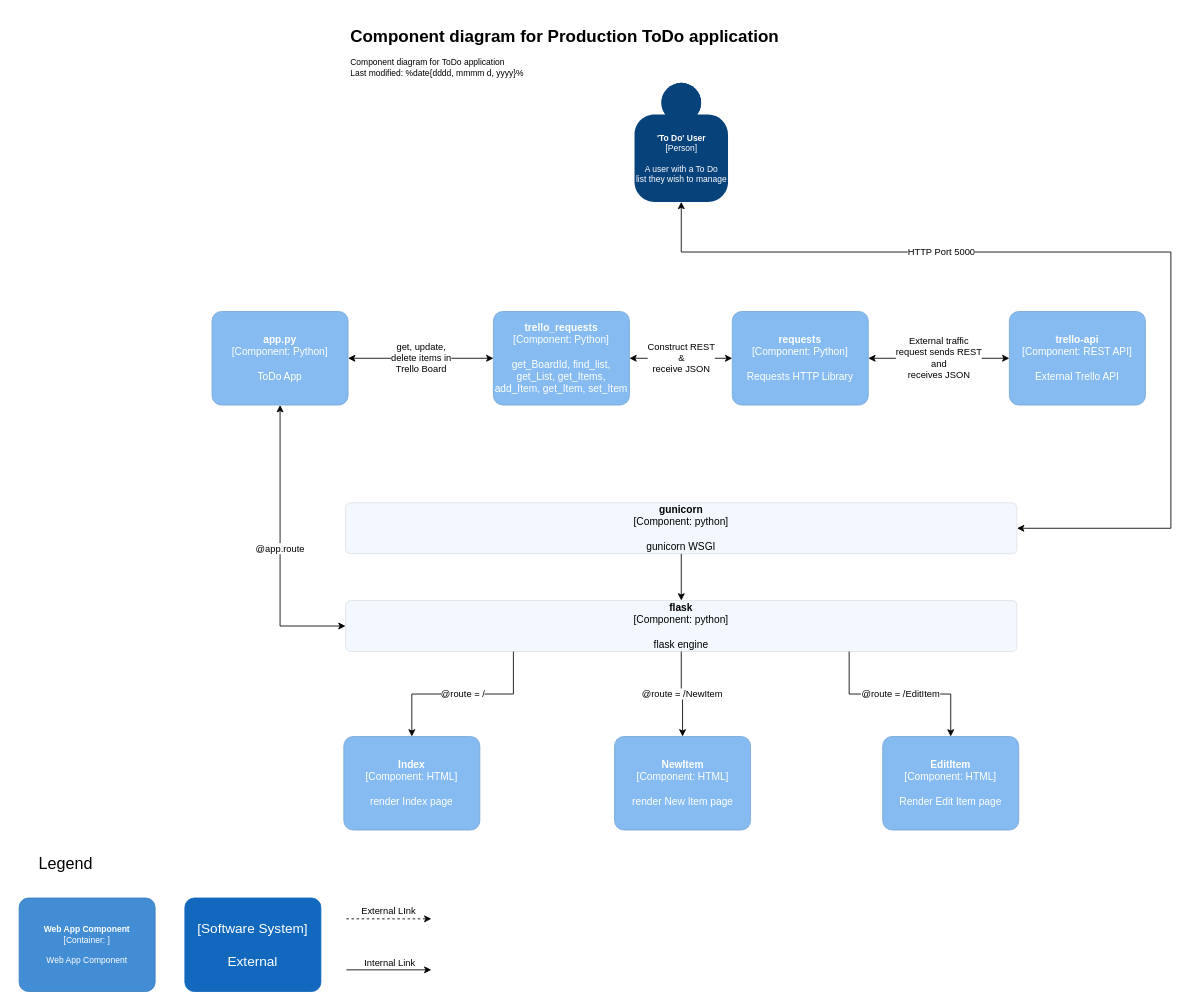
Before: documentation/component.drawio in StephenSo/DevOps-Course-Starter, a draw.io diagram. Source tidied: cells renumbered, new cells numbered last; positions are measured from the earlier drawing's top-left corner, leaving out a move shared by most shapes. Both pictures are drawn from the tidied source at 85%, with x=0, y=0 at pixel (14, 23).
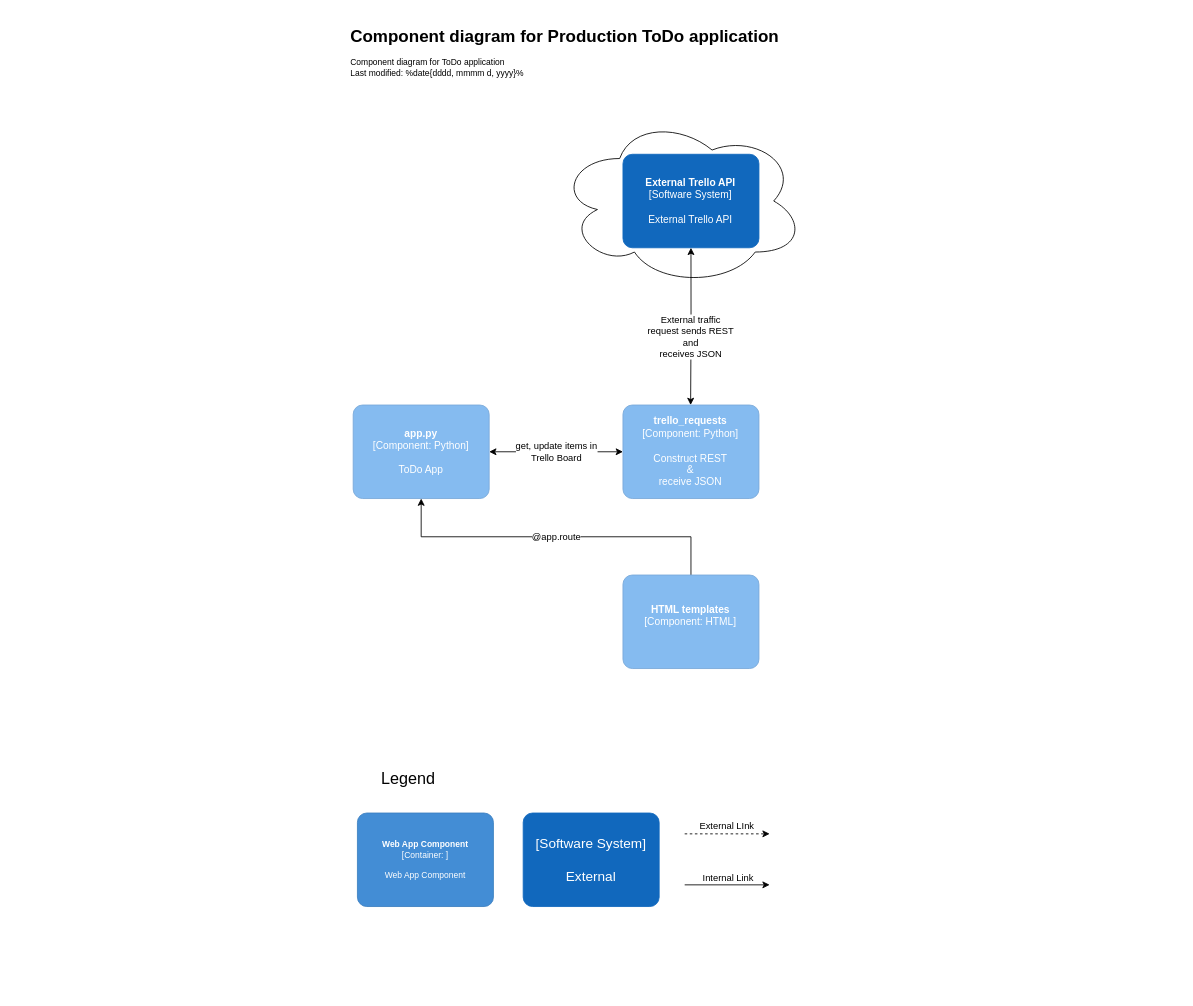
After the change.

Diff of the diagram source:
```diff
@@
-    <mxCell id="2" value="HTTP Port 5000" style="edgeStyle=orthogonalEdgeStyle;rounded=0;jettySize=auto;html=1;entryX=1;entryY=0.5;entryDx=0;entryDy=0;entryPerimeter=0;labelBackgroundColor=#ffffff;fontColor=#000000;startArrow=classic;startFill=1;" parent="1" edge="1" source="3" target="25">
-      <mxGeometry x="-0.36" relative="1" as="geometry">
-        <Array as="points">
-          <mxPoint x="784" y="269" />
-          <mxPoint x="1360" y="269" />
-          <mxPoint x="1360" y="594" />
-        </Array>
-      </mxGeometry>
-    </mxCell>
-    <object id="3" label="&lt;b style=&quot;font-size: 10px;&quot;&gt;%c4Name%&lt;/b&gt;&lt;div style=&quot;font-size: 10px;&quot;&gt;[%c4Type%]&lt;/div&gt;&lt;br style=&quot;font-size: 10px;&quot;&gt;&lt;div style=&quot;font-size: 10px;&quot;&gt;%c4Description%&lt;/div&gt;" c4Description="A user with a To Do&#10;list they wish to manage" c4Name="'To Do' User" c4Type="Person" placeholders="1">
-      <mxCell style="html=1;dashed=0;whitespace=wrap;fillColor=#08427b;strokeColor=none;fontColor=#ffffff;shape=mxgraph.c4.person;align=center;points=[[0.5,0,0],[1,0.5,0],[1,0.75,0],[0.75,1,0],[0.5,1,0],[0.25,1,0],[0,0.75,0],[0,0.5,0]];metaData={&quot;c4Type&quot;:{&quot;editable&quot;:false}};fontSize=10;" parent="1" vertex="1">
-        <mxGeometry x="729" y="70" width="110" height="140" as="geometry" />
-      </mxCell>
-    </object>
@@
     <mxCell id="5" value="Legend" style="text;html=1;strokeColor=none;fillColor=none;align=center;verticalAlign=middle;whiteSpace=wrap;rounded=0;fontSize=19;" parent="1" vertex="1">
-      <mxGeometry y="969" width="120" height="40" as="geometry" />
+      <mxGeometry x="403" y="869" width="120" height="40" as="geometry" />
     </mxCell>
     <object id="6" label="&lt;b style=&quot;font-size: 16px;&quot;&gt;%c4Name%&lt;/b&gt;&lt;div style=&quot;font-size: 16px;&quot;&gt;[%c4Type%]&lt;/div&gt;&lt;br style=&quot;font-size: 16px;&quot;&gt;&lt;div style=&quot;font-size: 16px;&quot;&gt;%c4Description%&lt;/div&gt;" c4Description="External" c4Name="" c4Type="Software System" placeholders="1">
       <mxCell style="rounded=1;whiteSpace=wrap;html=1;labelBackgroundColor=none;fillColor=#1168BD;fontColor=#ffffff;align=center;arcSize=10;strokeColor=#1168BD;metaData={&quot;c4Type&quot;:{&quot;editable&quot;:false}};fontSize=16;labelBorderColor=none;" parent="1" vertex="1">
-        <mxGeometry x="200" y="1029" width="160" height="110" as="geometry" />
+        <mxGeometry x="598" y="929" width="160" height="110" as="geometry" />
       </mxCell>
     </object>
     <mxCell id="7" value="External LInk" style="edgeStyle=orthogonalEdgeStyle;rounded=0;orthogonalLoop=1;jettySize=auto;fontSize=11;entryX=0;entryY=0.5;entryDx=0;entryDy=0;entryPerimeter=0;dashed=1;verticalAlign=bottom;" parent="1" edge="1">
       <mxGeometry relative="1" as="geometry">
-        <mxPoint x="390" y="1053.5" as="sourcePoint" />
-        <mxPoint x="490" y="1053.5" as="targetPoint" />
+        <mxPoint x="788" y="953.5" as="sourcePoint" />
+        <mxPoint x="888" y="953.5" as="targetPoint" />
         <Array as="points">
-          <mxPoint x="430" y="1053.5" />
-          <mxPoint x="430" y="1053.5" />
+          <mxPoint x="828" y="953.5" />
+          <mxPoint x="828" y="953.5" />
         </Array>
       </mxGeometry>
     </mxCell>
     <mxCell id="8" style="endArrow=classic;html=1;fontSize=16;fontColor=#000000;" parent="1" edge="1">
       <mxGeometry relative="1" as="geometry">
-        <mxPoint x="390" y="1113.5" as="sourcePoint" />
-        <mxPoint x="490" y="1113.5" as="targetPoint" />
+        <mxPoint x="788" y="1013.5" as="sourcePoint" />
+        <mxPoint x="888" y="1013.5" as="targetPoint" />
       </mxGeometry>
     </mxCell>
@@
     <object id="10" label="&lt;b&gt;%c4Name%&lt;/b&gt;&lt;div&gt;[%c4Type%: %c4Technology%]&lt;/div&gt;&lt;br&gt;&lt;div&gt;%c4Description%&lt;/div&gt;" c4Description="Web App Component" c4Name="Web App Component" c4Technology="" c4Type="Container" placeholders="1">
       <mxCell style="rounded=1;whiteSpace=wrap;html=1;labelBackgroundColor=none;fillColor=#438DD5;fontColor=#ffffff;align=center;arcSize=10;strokeColor=#3C7FC0;metaData={&quot;c4Type&quot;:{&quot;editable&quot;:false}};fontSize=10;" parent="1" vertex="1">
-        <mxGeometry x="5" y="1029" width="160" height="110" as="geometry" />
+        <mxGeometry x="403" y="929" width="160" height="110" as="geometry" />
       </mxCell>
     </object>
-    <mxCell id="11" value="get, update,&lt;br&gt;delete items in&lt;br&gt;Trello Board" style="edgeStyle=orthogonalEdgeStyle;rounded=0;jettySize=auto;html=1;startArrow=classic;startFill=1;" parent="1" edge="1" source="14" target="17">
+    <mxCell id="11" value="get, update&amp;nbsp;items in&lt;br&gt;Trello Board" style="edgeStyle=orthogonalEdgeStyle;rounded=0;jettySize=auto;html=1;startArrow=classic;startFill=1;" parent="1" edge="1" source="14" target="17">
       <mxGeometry relative="1" as="geometry" />
     </mxCell>
-    <mxCell id="12" value="@route = /" style="edgeStyle=orthogonalEdgeStyle;rounded=0;jettySize=auto;html=1;startArrow=none;startFill=0;exitX=0.25;exitY=1;exitDx=0;exitDy=0;exitPerimeter=0;" parent="1" edge="1" source="19" target="18">
-      <mxGeometry relative="1" as="geometry" />
-    </mxCell>
-    <mxCell id="13" value="@app.route" style="edgeStyle=orthogonalEdgeStyle;rounded=0;jettySize=auto;html=1;labelBackgroundColor=#ffffff;fontColor=#000000;startArrow=classic;startFill=1;entryX=0;entryY=0.5;entryDx=0;entryDy=0;entryPerimeter=0;exitX=0.5;exitY=1;exitDx=0;exitDy=0;exitPerimeter=0;" parent="1" edge="1" source="14" target="19">
+    <mxCell id="13" value="@app.route" style="edgeStyle=orthogonalEdgeStyle;rounded=0;jettySize=auto;html=1;labelBackgroundColor=#ffffff;fontColor=#000000;startArrow=classic;startFill=1;exitX=0.5;exitY=1;exitDx=0;exitDy=0;exitPerimeter=0;endArrow=none;endFill=0;" parent="1" edge="1" source="14" target="18">
       <mxGeometry relative="1" as="geometry" />
     </mxCell>
     <object id="14" label="&lt;b&gt;%c4Name%&lt;/b&gt;&lt;div&gt;[%c4Type%: %c4Technology%]&lt;/div&gt;&lt;br&gt;&lt;div&gt;%c4Description%&lt;/div&gt;" c4Description="ToDo App" c4Name="app.py" c4Technology="Python" c4Type="Component" placeholders="1">
       <mxCell style="rounded=1;whiteSpace=wrap;html=1;labelBackgroundColor=none;fillColor=#85BBF0;fontColor=#ffffff;align=center;arcSize=10;strokeColor=#78A8D8;metaData={&quot;c4Type&quot;:{&quot;editable&quot;:false}};points=[[0.25,0,0],[0.5,0,0],[0.75,0,0],[1,0.25,0],[1,0.5,0],[1,0.75,0],[0.75,1,0],[0.5,1,0],[0.25,1,0],[0,0.75,0],[0,0.5,0],[0,0.25,0]];fontSize=12;" parent="1" vertex="1">
-        <mxGeometry x="232" y="339" width="160" height="110" as="geometry" />
+        <mxGeometry x="398" y="449" width="160" height="110" as="geometry" />
       </mxCell>
     </object>
-    <object id="15" label="&lt;b&gt;%c4Name%&lt;/b&gt;&lt;div&gt;[%c4Type%: %c4Technology%]&lt;/div&gt;&lt;br&gt;&lt;div&gt;%c4Description%&lt;/div&gt;" c4Description="External Trello API" c4Name="trello-api" c4Technology="REST API" c4Type="Component" placeholders="1">
-      <mxCell style="rounded=1;whiteSpace=wrap;html=1;labelBackgroundColor=none;fillColor=#85BBF0;fontColor=#ffffff;align=center;arcSize=10;strokeColor=#78A8D8;metaData={&quot;c4Type&quot;:{&quot;editable&quot;:false}};points=[[0.25,0,0],[0.5,0,0],[0.75,0,0],[1,0.25,0],[1,0.5,0],[1,0.75,0],[0.75,1,0],[0.5,1,0],[0.25,1,0],[0,0.75,0],[0,0.5,0],[0,0.25,0]];fontSize=12;" parent="1" vertex="1">
-        <mxGeometry x="1170" y="339" width="160" height="110" as="geometry" />
-      </mxCell>
-    </object>
-    <mxCell id="16" value="Construct&amp;nbsp;REST&lt;br&gt;&amp;amp;&lt;br&gt;receive JSON" style="edgeStyle=orthogonalEdgeStyle;rounded=0;jettySize=auto;html=1;labelBackgroundColor=#ffffff;fontColor=#000000;startArrow=classic;startFill=1;" parent="1" edge="1" source="17" target="27">
-      <mxGeometry relative="1" as="geometry" />
-    </mxCell>
-    <object id="17" label="&lt;b&gt;%c4Name%&lt;/b&gt;&lt;div&gt;[%c4Type%: %c4Technology%]&lt;/div&gt;&lt;br&gt;&lt;div&gt;%c4Description%&lt;/div&gt;" c4Description="get_BoardId, find_list, get_List, get_Items, add_Item, get_Item, set_Item" c4Name="trello_requests" c4Technology="Python" c4Type="Component" placeholders="1">
+    <object id="17" label="&lt;b&gt;%c4Name%&lt;/b&gt;&lt;div&gt;[%c4Type%: %c4Technology%]&lt;/div&gt;&lt;br&gt;&lt;div&gt;%c4Description%&lt;/div&gt;" c4Description="Construct REST&#10;&amp;&#10;receive JSON" c4Name="trello_requests" c4Technology="Python" c4Type="Component" placeholders="1">
       <mxCell style="rounded=1;whiteSpace=wrap;html=1;labelBackgroundColor=none;fillColor=#85BBF0;fontColor=#ffffff;align=center;arcSize=10;strokeColor=#78A8D8;metaData={&quot;c4Type&quot;:{&quot;editable&quot;:false}};points=[[0.25,0,0],[0.5,0,0],[0.75,0,0],[1,0.25,0],[1,0.5,0],[1,0.75,0],[0.75,1,0],[0.5,1,0],[0.25,1,0],[0,0.75,0],[0,0.5,0],[0,0.25,0]];fontSize=12;" parent="1" vertex="1">
-        <mxGeometry x="563" y="339" width="160" height="110" as="geometry" />
+        <mxGeometry x="715.4" y="449" width="160" height="110" as="geometry" />
       </mxCell>
     </object>
-    <object id="18" label="&lt;b&gt;%c4Name%&lt;/b&gt;&lt;div&gt;[%c4Type%: %c4Technology%]&lt;/div&gt;&lt;br&gt;&lt;div&gt;%c4Description%&lt;/div&gt;" c4Description="render Index page" c4Name="Index" c4Technology="HTML" c4Type="Component" placeholders="1">
+    <object id="18" label="&lt;b&gt;%c4Name%&lt;/b&gt;&lt;div&gt;[%c4Type%: %c4Technology%]&lt;/div&gt;&lt;br&gt;&lt;div&gt;%c4Description%&lt;/div&gt;" c4Description="" c4Name="HTML templates" c4Technology="HTML" c4Type="Component" placeholders="1">
       <mxCell style="rounded=1;whiteSpace=wrap;html=1;labelBackgroundColor=none;fillColor=#85BBF0;fontColor=#ffffff;align=center;arcSize=10;strokeColor=#78A8D8;metaData={&quot;c4Type&quot;:{&quot;editable&quot;:false}};points=[[0.25,0,0],[0.5,0,0],[0.75,0,0],[1,0.25,0],[1,0.5,0],[1,0.75,0],[0.75,1,0],[0.5,1,0],[0.25,1,0],[0,0.75,0],[0,0.5,0],[0,0.25,0]];fontSize=12;" parent="1" vertex="1">
-        <mxGeometry x="387" y="839" width="160" height="110" as="geometry" />
+        <mxGeometry x="715.4" y="649" width="160" height="110" as="geometry" />
       </mxCell>
     </object>
-    <object id="19" label="&lt;b&gt;%c4Name%&lt;/b&gt;&lt;div&gt;[%c4Type%: %c4Technology%]&lt;/div&gt;&lt;br&gt;&lt;div&gt;%c4Description%&lt;/div&gt;" c4Description="flask engine" c4Name="flask" c4Technology="python" c4Type="Component" placeholders="1">
-      <mxCell style="rounded=1;whiteSpace=wrap;html=1;labelBackgroundColor=none;fillColor=#85BBF0;align=center;arcSize=10;metaData={&quot;c4Type&quot;:{&quot;editable&quot;:false}};points=[[0.25,0,0],[0.5,0,0],[0.75,0,0],[1,0.25,0],[1,0.5,0],[1,0.75,0],[0.75,1,0],[0.5,1,0],[0.25,1,0],[0,0.75,0],[0,0.5,0],[0,0.25,0]];fontSize=12;glass=0;opacity=10;" parent="1" vertex="1">
-        <mxGeometry x="389" y="679" width="790" height="60" as="geometry" />
-      </mxCell>
-    </object>
-    <mxCell id="20" value="@route = /EditItem" style="edgeStyle=orthogonalEdgeStyle;rounded=0;jettySize=auto;html=1;labelBackgroundColor=#ffffff;fontColor=#000000;startArrow=none;startFill=0;labelBorderColor=none;exitX=0.75;exitY=1;exitDx=0;exitDy=0;exitPerimeter=0;entryX=0.5;entryY=0;entryDx=0;entryDy=0;entryPerimeter=0;" parent="1" edge="1" source="19" target="21">
-      <mxGeometry relative="1" as="geometry" />
-    </mxCell>
-    <object id="21" label="&lt;b&gt;%c4Name%&lt;/b&gt;&lt;div&gt;[%c4Type%: %c4Technology%]&lt;/div&gt;&lt;br&gt;&lt;div&gt;%c4Description%&lt;/div&gt;" c4Description="Render Edit Item page" c4Name="EditItem" c4Technology="HTML" c4Type="Component" placeholders="1">
-      <mxCell style="rounded=1;whiteSpace=wrap;html=1;labelBackgroundColor=none;fillColor=#85BBF0;fontColor=#ffffff;align=center;arcSize=10;strokeColor=#78A8D8;metaData={&quot;c4Type&quot;:{&quot;editable&quot;:false}};points=[[0.25,0,0],[0.5,0,0],[0.75,0,0],[1,0.25,0],[1,0.5,0],[1,0.75,0],[0.75,1,0],[0.5,1,0],[0.25,1,0],[0,0.75,0],[0,0.5,0],[0,0.25,0]];fontSize=12;" parent="1" vertex="1">
-        <mxGeometry x="1021" y="839" width="160" height="110" as="geometry" />
-      </mxCell>
-    </object>
-    <mxCell id="22" value="@route = /NewItem" style="edgeStyle=orthogonalEdgeStyle;rounded=0;jettySize=auto;html=1;labelBackgroundColor=#ffffff;fontColor=#000000;startArrow=none;startFill=0;exitX=0.5;exitY=1;exitDx=0;exitDy=0;exitPerimeter=0;entryX=0.5;entryY=0;entryDx=0;entryDy=0;entryPerimeter=0;" parent="1" edge="1" source="19" target="23">
-      <mxGeometry relative="1" as="geometry" />
-    </mxCell>
-    <object id="23" label="&lt;b&gt;%c4Name%&lt;/b&gt;&lt;div&gt;[%c4Type%: %c4Technology%]&lt;/div&gt;&lt;br&gt;&lt;div&gt;%c4Description%&lt;/div&gt;" c4Description="render New Item page" c4Name="NewItem" c4Technology="HTML" c4Type="Component" placeholders="1">
-      <mxCell style="rounded=1;whiteSpace=wrap;html=1;labelBackgroundColor=none;fillColor=#85BBF0;fontColor=#ffffff;align=center;arcSize=10;strokeColor=#78A8D8;metaData={&quot;c4Type&quot;:{&quot;editable&quot;:false}};points=[[0.25,0,0],[0.5,0,0],[0.75,0,0],[1,0.25,0],[1,0.5,0],[1,0.75,0],[0.75,1,0],[0.5,1,0],[0.25,1,0],[0,0.75,0],[0,0.5,0],[0,0.25,0]];fontSize=12;" parent="1" vertex="1">
-        <mxGeometry x="705.5" y="839" width="160" height="110" as="geometry" />
-      </mxCell>
-    </object>
-    <mxCell id="24" style="edgeStyle=orthogonalEdgeStyle;rounded=0;jettySize=auto;html=1;labelBackgroundColor=#ffffff;fontColor=#000000;startArrow=none;startFill=0;" parent="1" edge="1" source="25" target="19">
-      <mxGeometry relative="1" as="geometry" />
-    </mxCell>
-    <object id="25" label="&lt;b&gt;%c4Name%&lt;/b&gt;&lt;div&gt;[%c4Type%: %c4Technology%]&lt;/div&gt;&lt;br&gt;&lt;div&gt;%c4Description%&lt;/div&gt;" c4Description="gunicorn WSGI" c4Name="gunicorn" c4Technology="python" c4Type="Component" placeholders="1">
-      <mxCell style="rounded=1;whiteSpace=wrap;html=1;labelBackgroundColor=none;fillColor=#85BBF0;align=center;arcSize=10;metaData={&quot;c4Type&quot;:{&quot;editable&quot;:false}};points=[[0.25,0,0],[0.5,0,0],[0.75,0,0],[1,0.25,0],[1,0.5,0],[1,0.75,0],[0.75,1,0],[0.5,1,0],[0.25,1,0],[0,0.75,0],[0,0.5,0],[0,0.25,0]];fontSize=12;glass=0;opacity=10;" parent="1" vertex="1">
-        <mxGeometry x="389" y="564" width="790" height="60" as="geometry" />
-      </mxCell>
-    </object>
+    <mxCell id="28" style="group;" parent="1" vertex="1">
+      <mxGeometry x="639" y="109" width="290" height="200" as="geometry" />
+    </mxCell>
+    <mxCell id="29" style="ellipse;shape=cloud;whiteSpace=wrap;html=1;" parent="28" vertex="1">
+      <mxGeometry width="290" height="200" as="geometry" />
+    </mxCell>
+    <object id="30" label="&lt;b style=&quot;font-size: 12px;&quot;&gt;%c4Name%&lt;/b&gt;&lt;div style=&quot;font-size: 12px;&quot;&gt;[%c4Type%]&lt;/div&gt;&lt;br style=&quot;font-size: 12px;&quot;&gt;&lt;div style=&quot;font-size: 12px;&quot;&gt;%c4Description%&lt;/div&gt;" c4Description="External Trello API" c4Name="External Trello API" c4Type="Software System" placeholders="1">
+      <mxCell style="rounded=1;whiteSpace=wrap;html=1;labelBackgroundColor=none;fillColor=#1168BD;fontColor=#ffffff;align=center;arcSize=10;strokeColor=#1168BD;metaData={&quot;c4Type&quot;:{&quot;editable&quot;:false}};points=[[0.25,0,0],[0.5,0,0],[0.75,0,0],[1,0.25,0],[1,0.5,0],[1,0.75,0],[0.75,1,0],[0.5,1,0],[0.25,1,0],[0,0.75,0],[0,0.5,0],[0,0.25,0]];fontSize=12;labelBorderColor=none;" parent="28" vertex="1">
+        <mxGeometry x="76.4" y="45" width="160" height="110" as="geometry" />
+      </mxCell>
+    </object>
-    <mxCell id="26" value="External traffic&lt;br&gt;request sends REST&lt;br&gt;and &lt;br&gt;receives JSON" style="edgeStyle=orthogonalEdgeStyle;rounded=0;jettySize=auto;html=1;labelBackgroundColor=#ffffff;fontColor=#000000;startArrow=classic;startFill=1;" parent="1" edge="1" source="27" target="15">
-      <mxGeometry relative="1" as="geometry" />
+    <mxCell id="26" value="External traffic&lt;br&gt;request sends REST&lt;br&gt;and &lt;br&gt;receives JSON" style="edgeStyle=orthogonalEdgeStyle;rounded=0;jettySize=auto;html=1;labelBackgroundColor=#ffffff;fontColor=#000000;startArrow=classic;startFill=1;" parent="1" edge="1" target="30">
+      <mxGeometry x="-0.14" relative="1" as="geometry">
+        <mxPoint x="795" y="449" as="sourcePoint" />
+      </mxGeometry>
     </mxCell>
-    <object id="27" label="&lt;b&gt;%c4Name%&lt;/b&gt;&lt;div&gt;[%c4Type%: %c4Technology%]&lt;/div&gt;&lt;br&gt;&lt;div&gt;%c4Description%&lt;/div&gt;" c4Description="Requests HTTP Library" c4Name="requests" c4Technology="Python" c4Type="Component" placeholders="1">
-      <mxCell style="rounded=1;whiteSpace=wrap;html=1;labelBackgroundColor=none;fillColor=#85BBF0;fontColor=#ffffff;align=center;arcSize=10;strokeColor=#78A8D8;metaData={&quot;c4Type&quot;:{&quot;editable&quot;:false}};points=[[0.25,0,0],[0.5,0,0],[0.75,0,0],[1,0.25,0],[1,0.5,0],[1,0.75,0],[0.75,1,0],[0.5,1,0],[0.25,1,0],[0,0.75,0],[0,0.5,0],[0,0.25,0]];fontSize=12;" parent="1" vertex="1">
-        <mxGeometry x="844" y="339" width="160" height="110" as="geometry" />
-      </mxCell>
-    </object>
```
